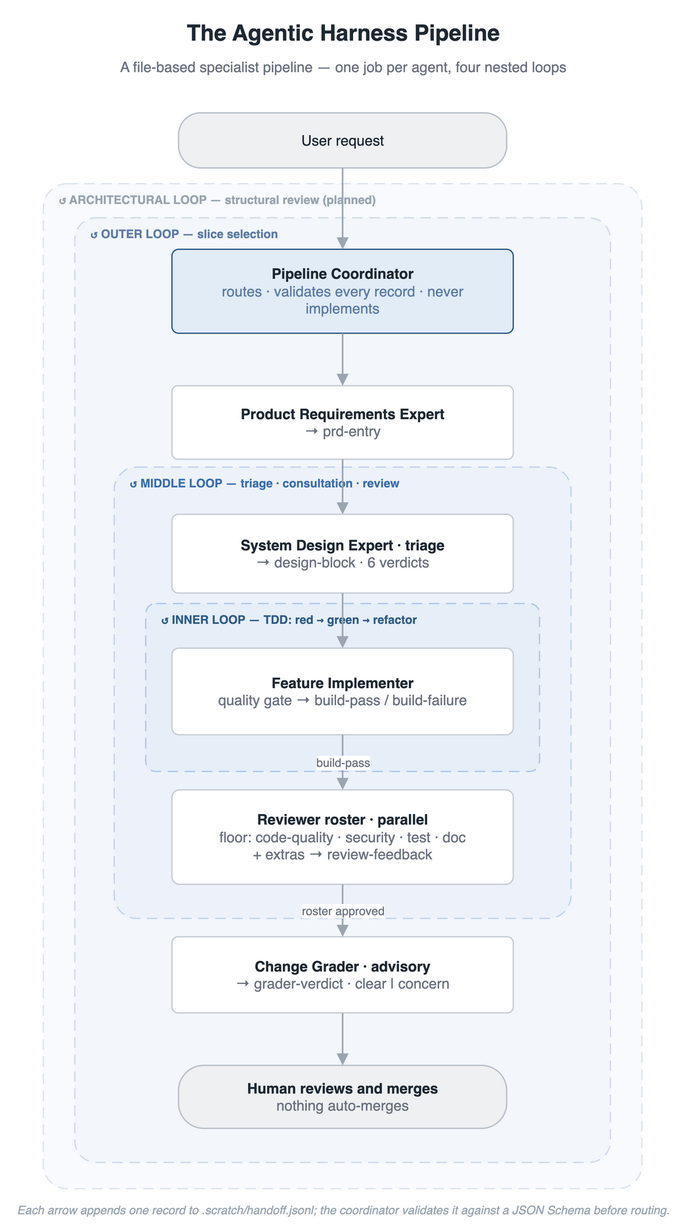
This is docs/images/pipeline-flow.drawio.png from woditschka/agentic-coding-reference, a draw.io export, as it was before one commit. Source tidied: cells renumbered, new cells last; positions are measured from the earlier drawing's top-left corner, leaving out a move shared by most shapes.
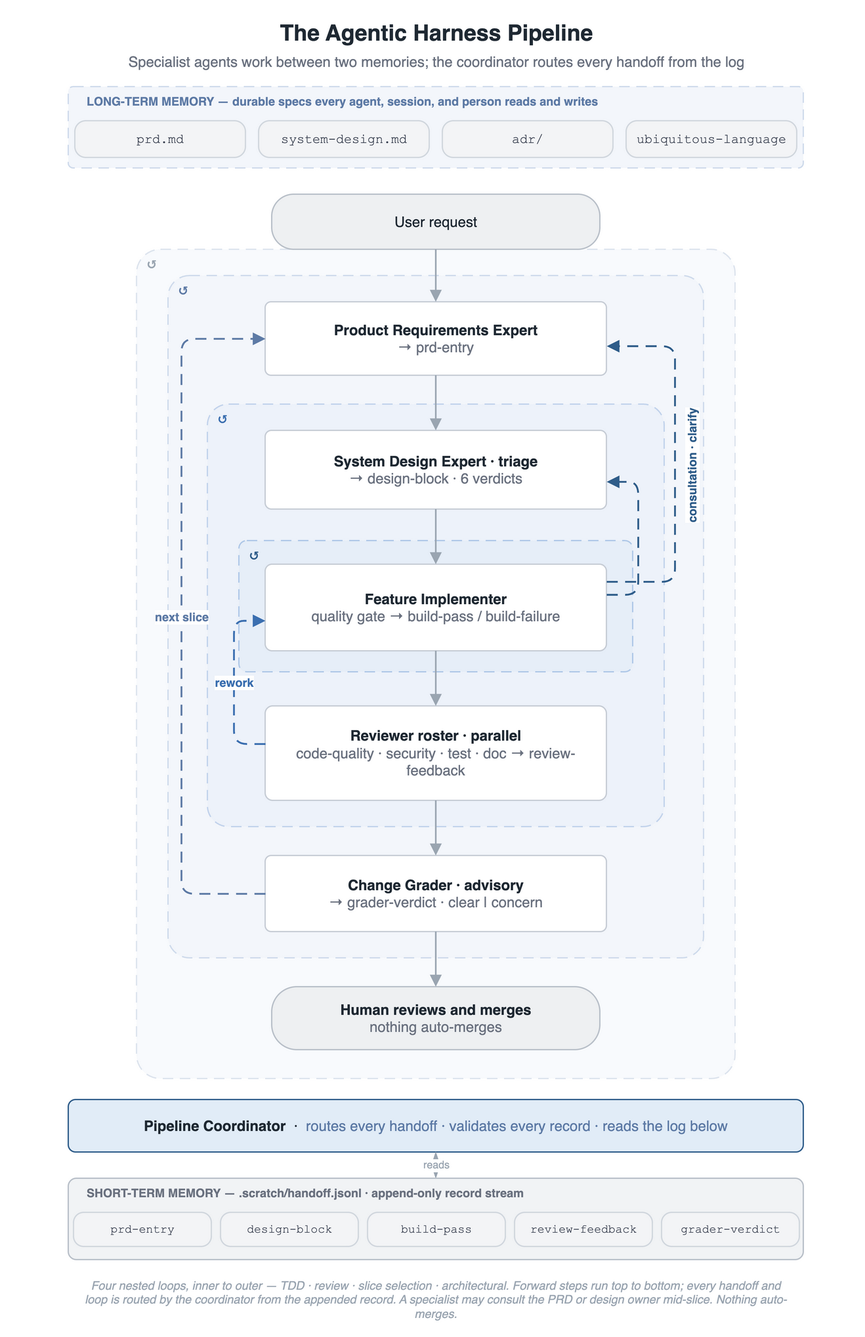
Above is the later version.

Commit message:
docs(diagrams): rework pipeline and spec figures

What changed in the source:
```diff
@@ -2,83 +2,157 @@
   <root>
     <mxCell id="0" />
     <mxCell id="1" parent="0" />
+    <mxCell id="25" value="The Agentic Harness Pipeline" style="text;html=1;align=center;verticalAlign=middle;fontSize=17;fontStyle=1;fontColor=#1F2933;" parent="1" vertex="1">
+      <mxGeometry x="-92" y="-2" width="640" height="26" as="geometry" />
+    </mxCell>
+    <mxCell id="26" value="Specialist agents work between two memories; the coordinator routes every handoff from the log" style="text;html=1;align=center;verticalAlign=middle;fontSize=11;fontColor=#6B7280;" parent="1" vertex="1">
+      <mxGeometry x="-92" y="24" width="640" height="18" as="geometry" />
+    </mxCell>
+    <mxCell id="28" style="rounded=1;arcSize=6;html=1;fillColor=#F3F6FB;strokeColor=#CFDBEC;dashed=1;dashPattern=8 5;" parent="1" vertex="1">
+      <mxGeometry x="-52" y="52" width="560" height="62" as="geometry" />
+    </mxCell>
+    <mxCell id="29" value="prd.md" style="rounded=1;arcSize=30;whiteSpace=wrap;html=1;fillColor=#F3F4F6;strokeColor=#D1D7DE;fontColor=#3B4252;fontSize=10;fontFamily=Courier New;" parent="1" vertex="1">
+      <mxGeometry x="-47" y="78" width="130" height="28" as="geometry" />
+    </mxCell>
+    <mxCell id="30" value="system-design.md" style="rounded=1;arcSize=30;whiteSpace=wrap;html=1;fillColor=#F3F4F6;strokeColor=#D1D7DE;fontColor=#3B4252;fontSize=10;fontFamily=Courier New;" parent="1" vertex="1">
+      <mxGeometry x="93" y="78" width="130" height="28" as="geometry" />
+    </mxCell>
+    <mxCell id="31" value="adr/" style="rounded=1;arcSize=30;whiteSpace=wrap;html=1;fillColor=#F3F4F6;strokeColor=#D1D7DE;fontColor=#3B4252;fontSize=10;fontFamily=Courier New;" parent="1" vertex="1">
+      <mxGeometry x="233" y="78" width="130" height="28" as="geometry" />
+    </mxCell>
+    <mxCell id="32" value="ubiquitous-language" style="rounded=1;arcSize=30;whiteSpace=wrap;html=1;fillColor=#F3F4F6;strokeColor=#D1D7DE;fontColor=#3B4252;fontSize=10;fontFamily=Courier New;" parent="1" vertex="1">
+      <mxGeometry x="373" y="78" width="130" height="28" as="geometry" />
+    </mxCell>
     <mxCell id="2" style="rounded=1;arcSize=4;html=1;fillColor=#F8FAFD;strokeColor=#DDE4EE;dashed=1;dashPattern=8 5;" parent="1" vertex="1">
-      <mxGeometry y="128" width="456" height="766" as="geometry" />
+      <mxGeometry y="176" width="456" height="632" as="geometry" />
     </mxCell>
     <mxCell id="3" style="rounded=1;arcSize=4;html=1;fillColor=#F3F6FB;strokeColor=#CFDBEC;dashed=1;dashPattern=8 5;" parent="1" vertex="1">
-      <mxGeometry x="24" y="154" width="408" height="720" as="geometry" />
+      <mxGeometry x="24" y="196" width="408" height="520" as="geometry" />
     </mxCell>
     <mxCell id="4" style="rounded=1;arcSize=5;html=1;fillColor=#EDF2FA;strokeColor=#C2D3EC;dashed=1;dashPattern=8 5;" parent="1" vertex="1">
-      <mxGeometry x="54" y="344" width="348" height="344" as="geometry" />
+      <mxGeometry x="54" y="294" width="348" height="322" as="geometry" />
     </mxCell>
     <mxCell id="5" style="rounded=1;arcSize=6;html=1;fillColor=#E6EEF8;strokeColor=#AFC8E8;dashed=1;dashPattern=8 5;" parent="1" vertex="1">
-      <mxGeometry x="78" y="448" width="300" height="128" as="geometry" />
+      <mxGeometry x="78" y="398" width="300" height="100" as="geometry" />
     </mxCell>
-    <mxCell id="6" value="↺ ARCHITECTURAL LOOP — structural review (planned)" style="text;html=1;align=left;verticalAlign=middle;fontSize=9;fontStyle=1;fontColor=#9AA5B1;letterSpacing=1;" parent="1" vertex="1">
-      <mxGeometry x="10" y="132" width="340" height="16" as="geometry" />
-    </mxCell>
-    <mxCell id="7" value="↺ OUTER LOOP — slice selection" style="text;html=1;align=left;verticalAlign=middle;fontSize=9;fontStyle=1;fontColor=#5E7BA6;letterSpacing=1;" parent="1" vertex="1">
-      <mxGeometry x="34" y="158" width="280" height="16" as="geometry" />
-    </mxCell>
-    <mxCell id="8" value="↺ MIDDLE LOOP — triage · consultation · review" style="text;html=1;align=left;verticalAlign=middle;fontSize=9;fontStyle=1;fontColor=#3B6FB0;letterSpacing=1;" parent="1" vertex="1">
-      <mxGeometry x="64" y="348" width="330" height="16" as="geometry" />
-    </mxCell>
-    <mxCell id="9" value="↺ INNER LOOP — TDD: red → green → refactor" style="text;html=1;align=left;verticalAlign=middle;fontSize=9;fontStyle=1;fontColor=#2F5D8A;letterSpacing=1;" parent="1" vertex="1">
-      <mxGeometry x="88" y="452" width="290" height="16" as="geometry" />
-    </mxCell>
+    <mxCell id="33" value="↺" style="text;html=1;align=left;verticalAlign=middle;fontSize=12;fontColor=#9AA5B1;" parent="1" vertex="1">
+      <mxGeometry x="6" y="178" width="16" height="16" as="geometry" />
+    </mxCell>
+    <mxCell id="34" value="↺" style="text;html=1;align=left;verticalAlign=middle;fontSize=12;fontColor=#5E7BA6;" parent="1" vertex="1">
+      <mxGeometry x="30" y="198" width="16" height="16" as="geometry" />
+    </mxCell>
+    <mxCell id="35" value="↺" style="text;html=1;align=left;verticalAlign=middle;fontSize=12;fontColor=#3B6FB0;" parent="1" vertex="1">
+      <mxGeometry x="60" y="296" width="16" height="16" as="geometry" />
+    </mxCell>
+    <mxCell id="36" value="↺" style="text;html=1;align=left;verticalAlign=middle;fontSize=12;fontColor=#2F5D8A;" parent="1" vertex="1">
+      <mxGeometry x="84" y="400" width="16" height="16" as="geometry" />
+    </mxCell>
     <mxCell id="10" value="User request" style="rounded=1;arcSize=40;whiteSpace=wrap;html=1;fillColor=#EEF0F2;strokeColor=#B9C0C9;fontSize=11;fontColor=#1F2933;verticalAlign=middle;spacingLeft=6;spacingRight=6;" parent="1" vertex="1">
-      <mxGeometry x="103" y="74" width="250" height="42" as="geometry" />
+      <mxGeometry x="103" y="134" width="250" height="42" as="geometry" />
     </mxCell>
-    <mxCell id="11" value="&lt;b&gt;Pipeline Coordinator&lt;/b&gt;&lt;br&gt;&lt;font color=&quot;#5E7BA6&quot;&gt;routes · validates every record · never implements&lt;/font&gt;" style="rounded=1;arcSize=8;whiteSpace=wrap;html=1;fillColor=#E1ECF7;strokeColor=#2F5D8A;fontSize=11;fontColor=#1F2933;verticalAlign=middle;spacingLeft=8;spacingRight=8;" parent="1" vertex="1">
-      <mxGeometry x="98" y="178" width="260" height="64" as="geometry" />
-    </mxCell>
     <mxCell id="12" value="&lt;b&gt;Product Requirements Expert&lt;/b&gt;&lt;br&gt;&lt;font color=&quot;#6B7280&quot;&gt;→ prd-entry&lt;/font&gt;" style="rounded=1;arcSize=8;whiteSpace=wrap;html=1;fillColor=#FFFFFF;strokeColor=#C7CDD6;fontSize=11;fontColor=#1F2933;verticalAlign=middle;spacingLeft=8;spacingRight=8;" parent="1" vertex="1">
-      <mxGeometry x="98" y="282" width="260" height="56" as="geometry" />
+      <mxGeometry x="98" y="216" width="260" height="56" as="geometry" />
     </mxCell>
     <mxCell id="13" value="&lt;b&gt;System Design Expert · triage&lt;/b&gt;&lt;br&gt;&lt;font color=&quot;#6B7280&quot;&gt;→ design-block · 6 verdicts&lt;/font&gt;" style="rounded=1;arcSize=8;whiteSpace=wrap;html=1;fillColor=#FFFFFF;strokeColor=#C7CDD6;fontSize=11;fontColor=#1F2933;verticalAlign=middle;spacingLeft=8;spacingRight=8;" parent="1" vertex="1">
-      <mxGeometry x="98" y="380" width="260" height="60" as="geometry" />
+      <mxGeometry x="98" y="314" width="260" height="60" as="geometry" />
     </mxCell>
     <mxCell id="14" value="&lt;b&gt;Feature Implementer&lt;/b&gt;&lt;br&gt;&lt;font color=&quot;#6B7280&quot;&gt;quality gate → build-pass / build-failure&lt;/font&gt;" style="rounded=1;arcSize=8;whiteSpace=wrap;html=1;fillColor=#FFFFFF;strokeColor=#C7CDD6;fontSize=11;fontColor=#1F2933;verticalAlign=middle;spacingLeft=8;spacingRight=8;" parent="1" vertex="1">
-      <mxGeometry x="98" y="482" width="260" height="66" as="geometry" />
+      <mxGeometry x="98" y="416" width="260" height="66" as="geometry" />
     </mxCell>
-    <mxCell id="15" value="&lt;b&gt;Reviewer roster · parallel&lt;/b&gt;&lt;br&gt;&lt;font color=&quot;#6B7280&quot;&gt;floor: code-quality · security · test · doc&amp;#10;+ extras → review-feedback&lt;/font&gt;" style="rounded=1;arcSize=8;whiteSpace=wrap;html=1;fillColor=#FFFFFF;strokeColor=#C7CDD6;fontSize=11;fontColor=#1F2933;verticalAlign=middle;spacingLeft=8;spacingRight=8;" parent="1" vertex="1">
-      <mxGeometry x="98" y="590" width="260" height="72" as="geometry" />
+    <mxCell id="15" value="&lt;b&gt;Reviewer roster · parallel&lt;/b&gt;&lt;br&gt;&lt;font color=&quot;#6B7280&quot;&gt;code-quality · security · test · doc → review-feedback&lt;/font&gt;" style="rounded=1;arcSize=8;whiteSpace=wrap;html=1;fillColor=#FFFFFF;strokeColor=#C7CDD6;fontSize=11;fontColor=#1F2933;verticalAlign=middle;spacingLeft=8;spacingRight=8;" parent="1" vertex="1">
+      <mxGeometry x="98" y="524" width="260" height="72" as="geometry" />
     </mxCell>
     <mxCell id="16" value="&lt;b&gt;Change Grader · advisory&lt;/b&gt;&lt;br&gt;&lt;font color=&quot;#6B7280&quot;&gt;→ grader-verdict · clear | concern&lt;/font&gt;" style="rounded=1;arcSize=8;whiteSpace=wrap;html=1;fillColor=#FFFFFF;strokeColor=#C7CDD6;fontSize=11;fontColor=#1F2933;verticalAlign=middle;spacingLeft=8;spacingRight=8;" parent="1" vertex="1">
-      <mxGeometry x="98" y="702" width="260" height="58" as="geometry" />
+      <mxGeometry x="98" y="638" width="260" height="58" as="geometry" />
     </mxCell>
     <mxCell id="17" value="&lt;b&gt;Human reviews and merges&lt;/b&gt;&lt;br&gt;&lt;font color=&quot;#6B7280&quot;&gt;nothing auto-merges&lt;/font&gt;" style="rounded=1;arcSize=40;whiteSpace=wrap;html=1;fillColor=#EEF0F2;strokeColor=#B9C0C9;fontSize=11;fontColor=#1F2933;verticalAlign=middle;spacingLeft=8;spacingRight=8;" parent="1" vertex="1">
-      <mxGeometry x="103" y="800" width="250" height="48" as="geometry" />
+      <mxGeometry x="103" y="738" width="250" height="48" as="geometry" />
     </mxCell>
-    <mxCell id="18" style="edgeStyle=orthogonalEdgeStyle;rounded=0;html=1;endArrow=block;endSize=6;strokeColor=#9AA5B1;strokeWidth=1.2;" parent="1" edge="1" source="10" target="11">
+    <mxCell id="18" style="edgeStyle=orthogonalEdgeStyle;rounded=0;html=1;endArrow=block;endSize=6;strokeColor=#9AA5B1;strokeWidth=1.2;" parent="1" edge="1" source="10" target="12">
       <mxGeometry relative="1" as="geometry" />
     </mxCell>
-    <mxCell id="19" style="edgeStyle=orthogonalEdgeStyle;rounded=0;html=1;endArrow=block;endSize=6;strokeColor=#9AA5B1;strokeWidth=1.2;" parent="1" edge="1" source="11" target="12">
+    <mxCell id="19" style="edgeStyle=orthogonalEdgeStyle;rounded=0;html=1;endArrow=block;endSize=6;strokeColor=#9AA5B1;strokeWidth=1.2;" parent="1" edge="1" source="12" target="13">
       <mxGeometry relative="1" as="geometry" />
     </mxCell>
-    <mxCell id="20" style="edgeStyle=orthogonalEdgeStyle;rounded=0;html=1;endArrow=block;endSize=6;strokeColor=#9AA5B1;strokeWidth=1.2;" parent="1" edge="1" source="12" target="13">
+    <mxCell id="20" style="edgeStyle=orthogonalEdgeStyle;rounded=0;html=1;endArrow=block;endSize=6;strokeColor=#9AA5B1;strokeWidth=1.2;" parent="1" edge="1" source="13" target="14">
       <mxGeometry relative="1" as="geometry" />
     </mxCell>
-    <mxCell id="21" style="edgeStyle=orthogonalEdgeStyle;rounded=0;html=1;endArrow=block;endSize=6;strokeColor=#9AA5B1;strokeWidth=1.2;" parent="1" edge="1" source="13" target="14">
+    <mxCell id="21" style="edgeStyle=orthogonalEdgeStyle;rounded=0;html=1;endArrow=block;endSize=6;strokeColor=#9AA5B1;strokeWidth=1.2;" parent="1" edge="1" source="14" target="15">
       <mxGeometry relative="1" as="geometry" />
     </mxCell>
-    <mxCell id="22" value="build-pass" style="edgeStyle=orthogonalEdgeStyle;rounded=0;html=1;endArrow=block;endSize=6;strokeColor=#9AA5B1;strokeWidth=1.2;fontSize=9;fontColor=#6B7280;labelBackgroundColor=#FFFFFF;" parent="1" edge="1" source="14" target="15">
+    <mxCell id="22" style="edgeStyle=orthogonalEdgeStyle;rounded=0;html=1;endArrow=block;endSize=6;strokeColor=#9AA5B1;strokeWidth=1.2;" parent="1" edge="1" source="15" target="16">
       <mxGeometry relative="1" as="geometry" />
     </mxCell>
-    <mxCell id="23" value="roster approved" style="edgeStyle=orthogonalEdgeStyle;rounded=0;html=1;endArrow=block;endSize=6;strokeColor=#9AA5B1;strokeWidth=1.2;fontSize=9;fontColor=#6B7280;labelBackgroundColor=#FFFFFF;" parent="1" edge="1" source="15" target="16">
+    <mxCell id="23" style="edgeStyle=orthogonalEdgeStyle;rounded=0;html=1;endArrow=block;endSize=6;strokeColor=#9AA5B1;strokeWidth=1.2;" parent="1" edge="1" source="16" target="17">
       <mxGeometry relative="1" as="geometry" />
     </mxCell>
-    <mxCell id="24" style="edgeStyle=orthogonalEdgeStyle;rounded=0;html=1;endArrow=block;endSize=6;strokeColor=#9AA5B1;strokeWidth=1.2;" parent="1" edge="1" source="16" target="17">
-      <mxGeometry relative="1" as="geometry" />
-    </mxCell>
-    <mxCell id="25" value="The Agentic Harness Pipeline" style="text;html=1;align=center;verticalAlign=middle;fontSize=17;fontStyle=1;fontColor=#1F2933;" parent="1" vertex="1">
-      <mxGeometry width="456" height="26" as="geometry" />
-    </mxCell>
-    <mxCell id="26" value="A file-based specialist pipeline — one job per agent, four nested loops" style="text;html=1;align=center;verticalAlign=middle;fontSize=11;fontColor=#6B7280;" parent="1" vertex="1">
-      <mxGeometry y="30" width="456" height="18" as="geometry" />
-    </mxCell>
+    <mxCell id="37" value="next slice" style="edgeStyle=orthogonalEdgeStyle;rounded=1;html=1;endArrow=block;endSize=6;strokeColor=#5E7BA6;strokeWidth=1.4;dashed=1;dashPattern=6 4;exitX=0;exitY=0.5;entryX=0;entryY=0.5;fontSize=9;fontStyle=1;fontColor=#5E7BA6;labelBackgroundColor=#FFFFFF;" parent="1" edge="1" source="16" target="12">
+      <mxGeometry relative="1" as="geometry">
+        <Array as="points">
+          <mxPoint x="34" y="667" />
+          <mxPoint x="34" y="244" />
+        </Array>
+      </mxGeometry>
+    </mxCell>
+    <mxCell id="38" value="rework" style="edgeStyle=orthogonalEdgeStyle;rounded=1;html=1;endArrow=block;endSize=6;strokeColor=#3B6FB0;strokeWidth=1.4;dashed=1;dashPattern=6 4;exitX=0;exitY=0.4;entryX=0;entryY=0.65;fontSize=9;fontStyle=1;fontColor=#3B6FB0;labelBackgroundColor=#FFFFFF;" parent="1" edge="1" source="15" target="14">
+      <mxGeometry relative="1" as="geometry">
+        <Array as="points">
+          <mxPoint x="74" y="553" />
+          <mxPoint x="74" y="459" />
+        </Array>
+      </mxGeometry>
+    </mxCell>
+    <mxCell id="39" style="edgeStyle=orthogonalEdgeStyle;rounded=1;html=1;endArrow=block;endSize=6;strokeColor=#2F5D8A;strokeWidth=1.4;dashed=1;dashPattern=6 4;exitX=1;exitY=0.35;entryX=1;entryY=0.65;" parent="1" edge="1" source="14" target="13">
+      <mxGeometry relative="1" as="geometry">
+        <Array as="points">
+          <mxPoint x="382" y="439" />
+          <mxPoint x="382" y="353" />
+        </Array>
+      </mxGeometry>
+    </mxCell>
+    <mxCell id="40" style="edgeStyle=orthogonalEdgeStyle;rounded=1;html=1;endArrow=block;endSize=6;strokeColor=#2F5D8A;strokeWidth=1.4;dashed=1;dashPattern=6 4;exitX=1;exitY=0.2;entryX=1;entryY=0.6;" parent="1" edge="1" source="14" target="12">
+      <mxGeometry relative="1" as="geometry">
+        <Array as="points">
+          <mxPoint x="410" y="429" />
+          <mxPoint x="410" y="250" />
+        </Array>
+      </mxGeometry>
+    </mxCell>
+    <mxCell id="41" value="consultation · clarify" style="text;html=1;align=center;verticalAlign=middle;fontSize=9;fontStyle=1;fontColor=#2F5D8A;labelBackgroundColor=#FFFFFF;rotation=-90;" parent="1" vertex="1">
+      <mxGeometry x="363" y="334" width="120" height="14" as="geometry" />
+    </mxCell>
+    <mxCell id="42" value="&lt;b&gt;Pipeline Coordinator&lt;/b&gt;&amp;nbsp;&amp;nbsp;·&amp;nbsp;&amp;nbsp;&lt;font color=&quot;#5E7BA6&quot;&gt;routes every handoff · validates every record · reads the log below&lt;/font&gt;" style="rounded=1;arcSize=14;whiteSpace=wrap;html=1;fillColor=#E1ECF7;strokeColor=#2F5D8A;fontSize=11;fontColor=#1F2933;verticalAlign=middle;" parent="1" vertex="1">
+      <mxGeometry x="-52" y="824" width="560" height="40" as="geometry" />
+    </mxCell>
+    <mxCell id="43" value="reads" style="edgeStyle=none;rounded=0;html=1;endArrow=classicThin;startArrow=classicThin;endSize=5;startSize=5;strokeColor=#9AA5B1;strokeWidth=1;dashed=1;dashPattern=4 4;fontSize=8;fontColor=#9AA5B1;labelBackgroundColor=#FFFFFF;exitX=0.5;exitY=1;entryX=0.5;entryY=0;" parent="1" edge="1" source="42" target="44">
+      <mxGeometry relative="1" as="geometry" />
+    </mxCell>
+    <mxCell id="44" style="rounded=1;arcSize=10;html=1;fillColor=#F1F3F5;strokeColor=#B9C0C9;" parent="1" vertex="1">
+      <mxGeometry x="-52" y="884" width="560" height="62" as="geometry" />
+    </mxCell>
+    <mxCell id="45" value="prd-entry" style="rounded=1;arcSize=30;whiteSpace=wrap;html=1;fillColor=#F3F4F6;strokeColor=#D1D7DE;fontColor=#3B4252;fontSize=9;fontFamily=Courier New;" parent="1" vertex="1">
+      <mxGeometry x="-48" y="910" width="105" height="26" as="geometry" />
+    </mxCell>
+    <mxCell id="46" value="design-block" style="rounded=1;arcSize=30;whiteSpace=wrap;html=1;fillColor=#F3F4F6;strokeColor=#D1D7DE;fontColor=#3B4252;fontSize=9;fontFamily=Courier New;" parent="1" vertex="1">
+      <mxGeometry x="64" y="910" width="105" height="26" as="geometry" />
+    </mxCell>
+    <mxCell id="47" value="build-pass" style="rounded=1;arcSize=30;whiteSpace=wrap;html=1;fillColor=#F3F4F6;strokeColor=#D1D7DE;fontColor=#3B4252;fontSize=9;fontFamily=Courier New;" parent="1" vertex="1">
+      <mxGeometry x="176" y="910" width="105" height="26" as="geometry" />
+    </mxCell>
+    <mxCell id="48" value="review-feedback" style="rounded=1;arcSize=30;whiteSpace=wrap;html=1;fillColor=#F3F4F6;strokeColor=#D1D7DE;fontColor=#3B4252;fontSize=9;fontFamily=Courier New;" parent="1" vertex="1">
+      <mxGeometry x="288" y="910" width="105" height="26" as="geometry" />
+    </mxCell>
+    <mxCell id="49" value="grader-verdict" style="rounded=1;arcSize=30;whiteSpace=wrap;html=1;fillColor=#F3F4F6;strokeColor=#D1D7DE;fontColor=#3B4252;fontSize=9;fontFamily=Courier New;" parent="1" vertex="1">
+      <mxGeometry x="400" y="910" width="105" height="26" as="geometry" />
+    </mxCell>
-    <mxCell id="27" value="Each arrow appends one record to .scratch/handoff.jsonl; the coordinator validates it against a JSON Schema before routing." style="text;html=1;align=center;verticalAlign=middle;fontSize=9;fontStyle=2;fontColor=#9AA5B1;" parent="1" vertex="1">
-      <mxGeometry y="900" width="456" height="20" as="geometry" />
+    <mxCell id="27" value="Four nested loops, inner to outer — TDD · review · slice selection · architectural. Forward steps run top to bottom; every handoff and loop is routed by the coordinator from the appended record. A specialist may consult the PRD or design owner mid-slice. Nothing auto-merges." style="text;html=1;align=center;verticalAlign=middle;whiteSpace=wrap;fontSize=9;fontStyle=2;fontColor=#9AA5B1;" parent="1" vertex="1">
+      <mxGeometry x="-42" y="954" width="540" height="44" as="geometry" />
     </mxCell>
+    <mxCell id="50" value="LONG-TERM MEMORY — durable specs every agent, session, and person reads and writes" style="text;html=1;align=left;verticalAlign=middle;fontSize=9;fontStyle=1;fontColor=#5E7BA6;letterSpacing=1;fillColor=#F3F6FB;strokeColor=none;spacingRight=4;" parent="1" vertex="1">
+      <mxGeometry x="-40" y="56" width="520" height="14" as="geometry" />
+    </mxCell>
+    <mxCell id="51" value="SHORT-TERM MEMORY — .scratch/handoff.jsonl · append-only record stream" style="text;html=1;align=left;verticalAlign=middle;fontSize=9;fontStyle=1;fontColor=#6B7280;letterSpacing=1;fillColor=#F1F3F5;strokeColor=none;spacingRight=4;" parent="1" vertex="1">
+      <mxGeometry x="-40" y="888" width="520" height="14" as="geometry" />
+    </mxCell>
   </root>
 </mxGraphModel>
```
